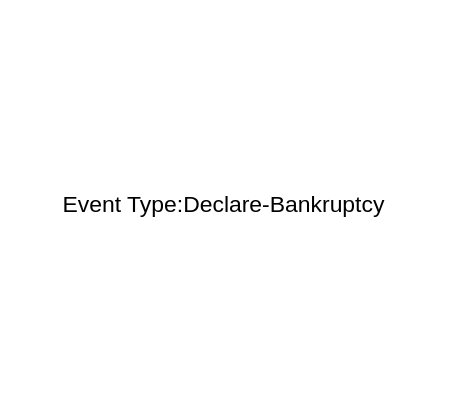
Before: text_trigger.drawio in gitofding/first_repository, a draw.io diagram. Source tidied: cells renumbered, new cells numbered last; positions are measured from the earlier drawing's top-left corner, leaving out a move shared by most shapes. Both pictures are drawn from the tidied source at 191%, with x=0, y=0 at pixel (32, 185).
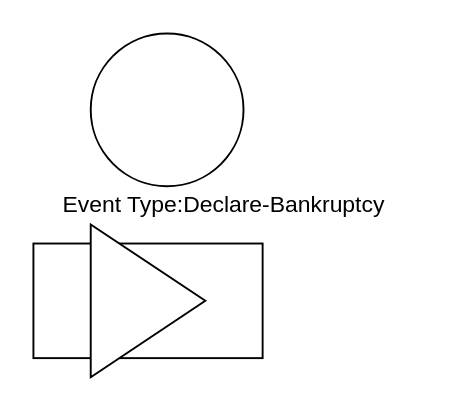
After the change.

Diff of the diagram source:
```diff
@@
 <mxGraphModel>
   <root>
     <mxCell id="0" />
     <mxCell id="1" parent="0" />
     <mxCell id="2" value="Event Type:Declare-Bankruptcy" style="text;html=1;strokeColor=none;fillColor=none;align=center;verticalAlign=middle;whiteSpace=wrap;rounded=0;" parent="1" vertex="1">
       <mxGeometry width="200" height="20" as="geometry" />
     </mxCell>
+    <mxCell id="3" style="rounded=0;whiteSpace=wrap;html=1;" parent="1" vertex="1">
+      <mxGeometry y="30" width="120" height="60" as="geometry" />
+    </mxCell>
+    <mxCell id="4" style="triangle;whiteSpace=wrap;html=1;" parent="1" vertex="1">
+      <mxGeometry x="30" y="20" width="60" height="80" as="geometry" />
+    </mxCell>
+    <mxCell id="5" style="ellipse;whiteSpace=wrap;html=1;" parent="1" vertex="1">
+      <mxGeometry x="30" y="-80" width="80" height="80" as="geometry" />
+    </mxCell>
   </root>
 </mxGraphModel>
```
